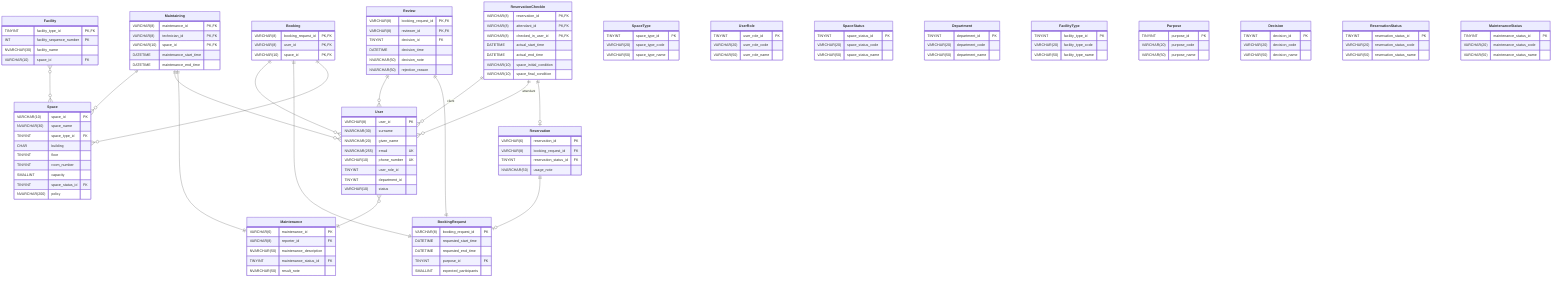
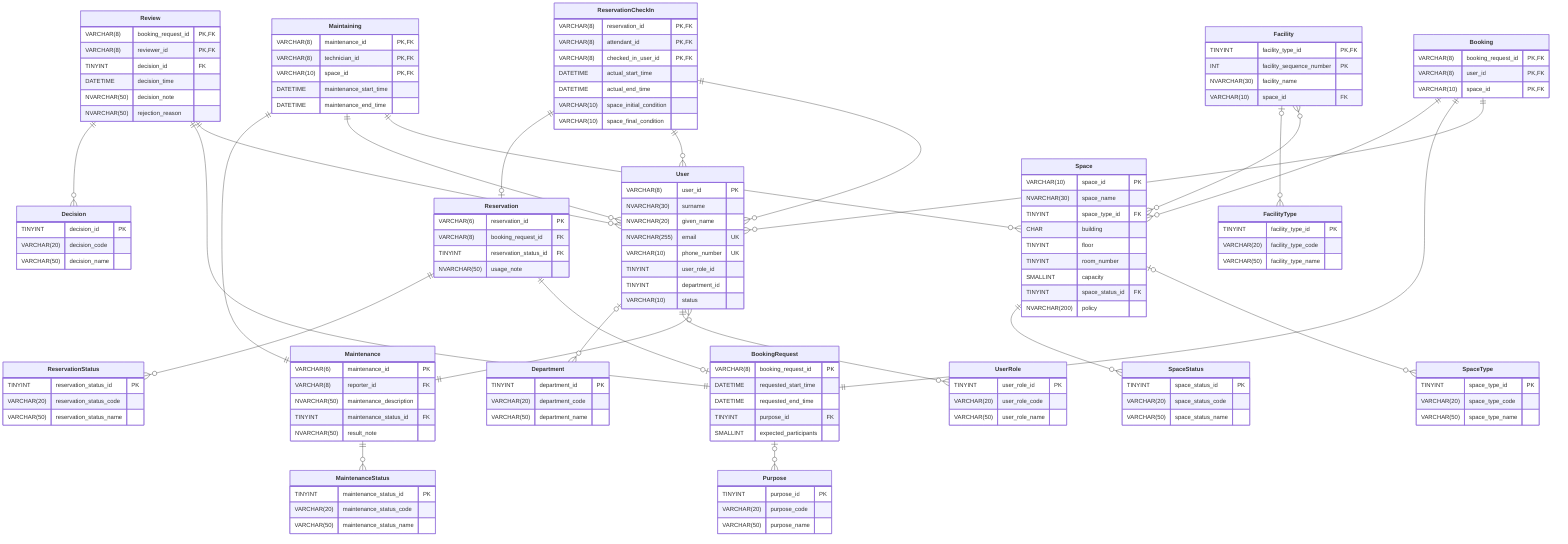
erDiagram

%%%%%%%%%%%%%%%%%%%%%%%%%%%%%%%%%%%%%
%%%%%%%%%%%%% ENTITIES %%%%%%%%%%%%%%
%%%%%%%%%%%%%%%%%%%%%%%%%%%%%%%%%%%%%
**Space** {
	VARCHAR(10) 	space_id 					PK
	NVARCHAR(30) 	space_name
	TINYINT 		space_type_id 				FK
	CHAR 			building
	TINYINT 		floor
	TINYINT 		room_number
	SMALLINT 		capacity
	TINYINT 		space_status_id				FK
	NVARCHAR(200) 	policy
}

**User** {
	VARCHAR(8) 		user_id 					PK
	NVARCHAR(30) 	surname
	NVARCHAR(20) 	given_name
	NVARCHAR(255) 	email 						UK
	VARCHAR(10) 	phone_number 				UK
	TINYINT 		user_role_id
	TINYINT 		department_id
	VARCHAR(10) 	status
}

**Facility** {
	TINYINT 		facility_type_id 			PK, FK
	INT 			facility_sequence_number 	PK
	NVARCHAR(30) 	facility_name
	VARCHAR(10) 	space_id 					FK
}

**BookingRequest** {
	VARCHAR(8) 		booking_request_id 			PK
	DATETIME 		requested_start_time
	DATETIME 		requested_end_time
	TINYINT 		purpose_id 					FK
	SMALLINT 		expected_participants
}

**Reservation** {
	VARCHAR(6) 		reservation_id 				PK
	VARCHAR(8) 		booking_request_id 			FK
	TINYINT 		reservation_status_id 		FK
	NVARCHAR(50)	usage_note
}

**Maintenance** {
	VARCHAR(6)		maintenance_id				PK
	VARCHAR(8)		reporter_id					FK
	NVARCHAR(50)	maintenance_description
	TINYINT			maintenance_status_id		FK
	NVARCHAR(50)	result_note
}

%%%%%%%%%%%%%%%%%%%%%%%%%%%%%%%%
%%% RELATIONSHIPS (EXCITING) %%%
%%%%%%%%%%%%%%%%%%%%%%%%%%%%%%%%
**Booking** {
	VARCHAR(8)		booking_request_id			PK, FK
	VARCHAR(8)		user_id						PK, FK
	VARCHAR(10)		space_id					PK, FK
}
**Booking** ||--o{ **User** : ​
**Booking** ||--|| **BookingRequest** : ​
**Booking** ||--o{ **Space** : ​

**Review** {
	VARCHAR(8) 		booking_request_id 			PK, FK
	VARCHAR(8) 		reviewer_id 				PK, FK
	TINYINT 		decision_id 				FK
	DATETIME 		decision_time
	NVARCHAR(50) 	decision_note
	NVARCHAR(50) 	rejection_reason
}
**Review** ||--o{ **User** : ​
**Review** ||--|| **BookingRequest** : ​


**ReservationCheckIn** {
	VARCHAR(8)		reservation_id				PK, FK
	VARCHAR(8)		attendant_id				PK, FK
	VARCHAR(8)		checked_in_user_id			PK, FK
	DATETIME		actual_start_time
	DATETIME		actual_end_time
	VARCHAR(10)		space_initial_condition
	VARCHAR(10)		space_final_condition
}
- **ReservationCheckIn** ||--o{ **User** : client
- **ReservationCheckIn** ||--o{ **User** : attendant
+ **ReservationCheckIn** ||--o{ **User** : ​
+ **ReservationCheckIn** ||--o{ **User** : ​
**ReservationCheckIn** ||--o| **Reservation** : ​

**Maintaining** {
	VARCHAR(8)		maintenance_id				PK, FK
	VARCHAR(8)		technician_id				PK, FK
	VARCHAR(10)		space_id					PK, FK
	DATETIME		maintenance_start_time
	DATETIME		maintenance_end_time
}
**Maintaining** ||--o{ **Space** : ​
**Maintaining** ||--o{ **User** : ​
**Maintaining** ||--|| **Maintenance**: ​

%%%%%%%%%%%%%%%%%%%%%%%%%%%%%%%%%%%%%%%%%
%%%%% RELATIONSHIPS (LESS EXCITING) %%%%%
%%%%%%%%%%%%%%%%%%%%%%%%%%%%%%%%%%%%%%%%%
**Facility** }o--o{ **Space** : ​
**Reservation** ||--o| **BookingRequest** : ​
**User** }o--|| **Maintenance** : ​

%%%%%%%%%%%%%%%%%%%%%%%%%%%%%%%%%%%%%%%%%
%%%%%%%%%%% ENTITY (FUCKASS) %%%%%%%%%%%%
%%%%%%%%%%%%%%%%%%%%%%%%%%%%%%%%%%%%%%%%%
**SpaceType** {
	TINYINT 		space_type_id 				PK
	VARCHAR(20) 	space_type_code
	VARCHAR(50)		space_type_name
}
+ 
**UserRole** {
	TINYINT 		user_role_id 				PK
	VARCHAR(20) 	user_role_code
	VARCHAR(50)		user_role_name
}
+ 
**SpaceStatus** {
	TINYINT 		space_status_id				PK
	VARCHAR(20) 	space_status_code
	VARCHAR(50)		space_status_name
}
+ 
**Department** {
	TINYINT 		department_id 				PK
	VARCHAR(20) 	department_code
	VARCHAR(50)		department_name
}
+ 
**FacilityType** {
	TINYINT 		facility_type_id			PK
	VARCHAR(20) 	facility_type_code
	VARCHAR(50)		facility_type_name
}
+ 
**Purpose** {
	TINYINT 		purpose_id	 				PK
	VARCHAR(20) 	purpose_code
	VARCHAR(50)		purpose_name
}
+ 
**Decision** {
	TINYINT 		decision_id 				PK
	VARCHAR(20) 	decision_code
	VARCHAR(50)		decision_name
}
+ 
**ReservationStatus** {
	TINYINT 		reservation_status_id		PK
	VARCHAR(20) 	reservation_status_code
	VARCHAR(50)		reservation_status_name
}
+ 
**MaintenanceStatus** {
	TINYINT 		maintenance_status_id		PK
	VARCHAR(20) 	maintenance_status_code
	VARCHAR(50)		maintenance_status_name
}

%%%%%%%%%%%%%%%%%%%%%%%%%%%%%%%%%%%%%%%%%
%%%%%%%% RELATIONSHIP (FUCKASS) %%%%%%%%%
%%%%%%%%%%%%%%%%%%%%%%%%%%%%%%%%%%%%%%%%%
+ **Space** |o--o{ **SpaceType** : ​
+ **User** ||--o{ **UserRole** : ​
+ **Space** ||--o{ **SpaceStatus** : ​
+ **User** |o--o{ **Department** : ​
+ **Facility** |o--o{ **FacilityType** : ​
+ **BookingRequest** |o--o{ **Purpose** : ​
+ **Review** ||--o{ **Decision** : ​
+ **Reservation** ||--o{ **ReservationStatus** : ​
+ **Maintenance** ||--o{ **MaintenanceStatus** : ​